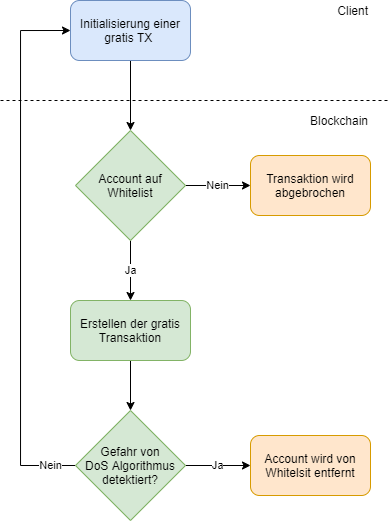
Above: Report/images/flow_solution1_v2.png in Geryones/BlockChain_TransactionManager (draw.io), before the change. Source tidied: cells renumbered, new cells last; positions are measured from the earlier drawing's top-left corner, leaving out a move shared by most shapes.
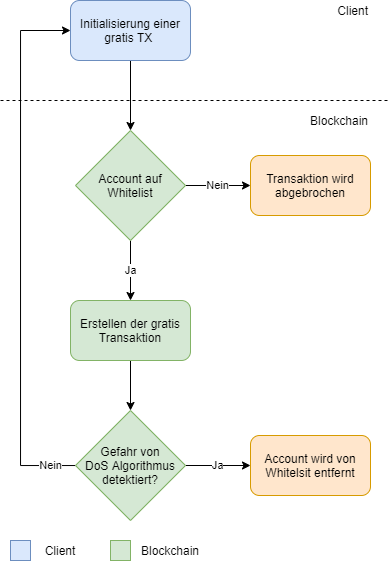
Later version of the same file.

Diff of the diagram source:
```diff
@@ -55,5 +55,17 @@
     <mxCell id="16" value="Account wird von&lt;br&gt;Whitelsit entfernt" style="rounded=1;whiteSpace=wrap;html=1;align=center;fillColor=#ffe6cc;strokeColor=#d79b00;" parent="1" vertex="1">
       <mxGeometry x="250" y="435" width="120" height="60" as="geometry" />
     </mxCell>
+    <mxCell id="17" style="rounded=0;whiteSpace=wrap;html=1;fillColor=#dae8fc;strokeColor=#6c8ebf;" parent="1" vertex="1">
+      <mxGeometry x="10" y="540" width="20" height="20" as="geometry" />
+    </mxCell>
+    <mxCell id="18" value="Client" style="text;html=1;strokeColor=none;fillColor=none;align=center;verticalAlign=middle;whiteSpace=wrap;rounded=0;" parent="1" vertex="1">
+      <mxGeometry x="40" y="540" width="40" height="20" as="geometry" />
+    </mxCell>
+    <mxCell id="19" style="rounded=0;whiteSpace=wrap;html=1;fillColor=#d5e8d4;strokeColor=#82b366;" parent="1" vertex="1">
+      <mxGeometry x="110" y="540" width="20" height="20" as="geometry" />
+    </mxCell>
+    <mxCell id="20" value="Blockchain" style="text;html=1;align=center;verticalAlign=middle;whiteSpace=wrap;rounded=0;" parent="1" vertex="1">
+      <mxGeometry x="150" y="540" width="40" height="20" as="geometry" />
+    </mxCell>
   </root>
 </mxGraphModel>
```
